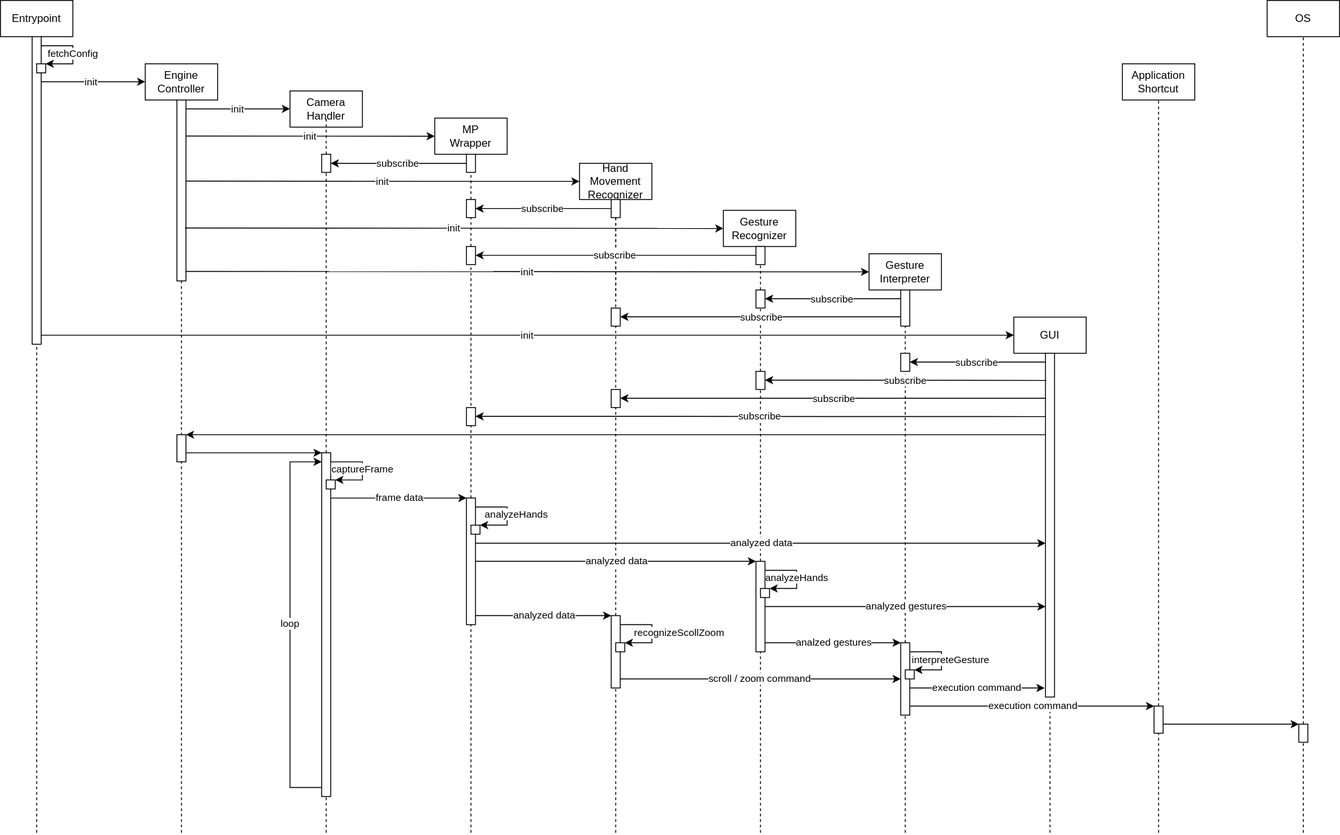
Above: docs/SequenceDiagram.svg in Zetsuboushii/gesture_glide (draw.io), before the change. Source tidied: cells renumbered, new cells last; positions are measured from the earlier drawing's top-left corner, leaving out a move shared by most shapes.
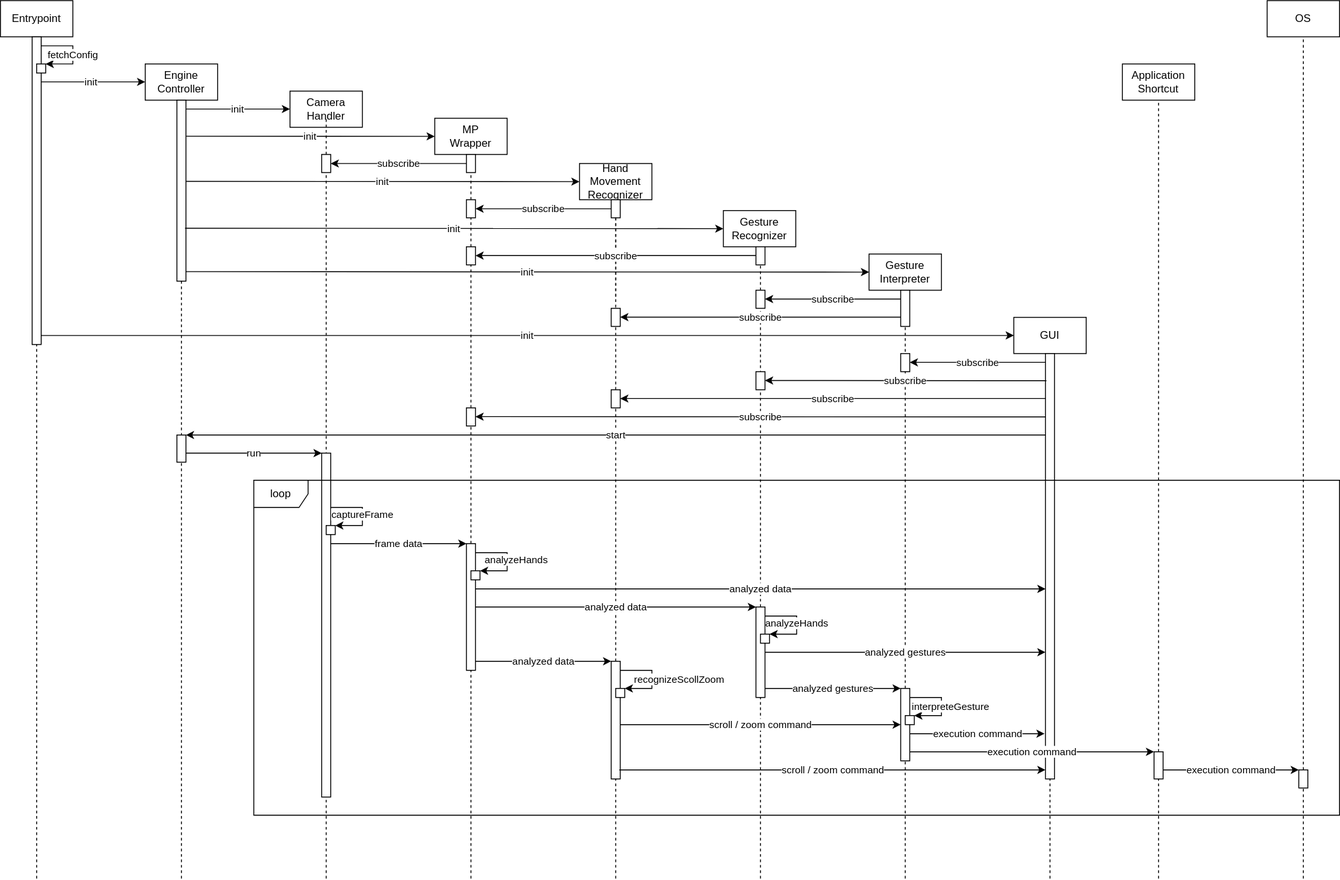
The same file after the commit.

The edit, as a diff of the source:
```diff
@@ -50,7 +50,7 @@
     </mxCell>
     <mxCell id="15" style="endArrow=none;dashed=1;html=1;rounded=0;" parent="1" edge="1" target="16">
       <mxGeometry relative="1" as="geometry">
-        <mxPoint x="40" y="920" as="sourcePoint" />
+        <mxPoint x="40" y="970" as="sourcePoint" />
       </mxGeometry>
     </mxCell>
     <mxCell id="16" style="html=1;points=[[0,0,0,0,5],[0,1,0,0,-5],[1,0,0,0,5],[1,1,0,0,-5]];perimeter=orthogonalPerimeter;outlineConnect=0;targetShapes=umlLifeline;portConstraint=eastwest;newEdgeStyle={&quot;curved&quot;:0,&quot;rounded&quot;:0};" parent="1" vertex="1">
@@ -136,7 +136,7 @@
     </mxCell>
     <mxCell id="35" style="endArrow=none;dashed=1;html=1;rounded=0;entryX=0.5;entryY=1;entryDx=0;entryDy=0;" parent="1" edge="1">
       <mxGeometry relative="1" as="geometry">
-        <mxPoint x="360" y="920" as="sourcePoint" />
+        <mxPoint x="360" y="970" as="sourcePoint" />
         <mxPoint x="360" y="190" as="targetPoint" />
       </mxGeometry>
     </mxCell>
@@ -198,13 +198,13 @@
         <mxPoint x="45" y="370" as="sourcePoint" />
       </mxGeometry>
     </mxCell>
-    <mxCell id="51" style="endArrow=none;dashed=1;html=1;rounded=0;entryX=0.5;entryY=1;entryDx=0;entryDy=0;" parent="1" edge="1" target="52">
+    <mxCell id="51" style="endArrow=none;dashed=1;html=1;rounded=0;" parent="1" edge="1" target="52">
       <mxGeometry relative="1" as="geometry">
-        <mxPoint x="1160" y="920" as="sourcePoint" />
+        <mxPoint x="1160" y="970" as="sourcePoint" />
       </mxGeometry>
     </mxCell>
     <mxCell id="52" style="html=1;points=[[0,0,0,0,5],[0,1,0,0,-5],[1,0,0,0,5],[1,1,0,0,-5]];perimeter=orthogonalPerimeter;outlineConnect=0;targetShapes=umlLifeline;portConstraint=eastwest;newEdgeStyle={&quot;curved&quot;:0,&quot;rounded&quot;:0};" parent="1" vertex="1">
-      <mxGeometry x="1155" y="390" width="10" height="380" as="geometry" />
+      <mxGeometry x="1155" y="390" width="10" height="470" as="geometry" />
     </mxCell>
     <mxCell id="53" style="html=1;perimeter=orthogonalPerimeter;targetShapes=umlLifeline;newEdgeStyle={&quot;curved&quot;:0,&quot;rounded&quot;:0};" parent="1" vertex="1">
       <mxGeometry x="995" y="390" width="10" height="20" as="geometry" />
@@ -241,7 +241,7 @@
         <mxPoint x="525" y="459.7" as="targetPoint" />
       </mxGeometry>
     </mxCell>
-    <mxCell id="61" style="endArrow=classic;html=1;rounded=0;" parent="1" edge="1" target="62">
+    <mxCell id="61" value="start" style="endArrow=classic;html=1;rounded=0;" parent="1" edge="1" target="62">
       <mxGeometry relative="1" as="geometry">
         <mxPoint x="1155" y="480" as="sourcePoint" />
       </mxGeometry>
@@ -252,26 +252,26 @@
     <mxCell id="63" style="html=1;perimeter=orthogonalPerimeter;targetShapes=umlLifeline;newEdgeStyle={&quot;curved&quot;:0,&quot;rounded&quot;:0};" parent="1" vertex="1">
       <mxGeometry x="355" y="500" width="10" height="380" as="geometry" />
     </mxCell>
-    <mxCell id="64" style="endArrow=classic;html=1;rounded=0;" parent="1" edge="1" source="62">
+    <mxCell id="64" value="run" style="endArrow=classic;html=1;rounded=0;" parent="1" edge="1" source="62">
       <mxGeometry relative="1" as="geometry">
         <mxPoint x="355" y="500" as="targetPoint" />
       </mxGeometry>
     </mxCell>
     <mxCell id="65" style="html=1;points=[[0,0,0,0,5],[0,1,0,0,-5],[1,0,0,0,5],[1,1,0,0,-5]];perimeter=orthogonalPerimeter;outlineConnect=0;targetShapes=umlLifeline;portConstraint=eastwest;newEdgeStyle={&quot;curved&quot;:0,&quot;rounded&quot;:0};" parent="1" vertex="1">
-      <mxGeometry x="360" y="530" width="10" height="10" as="geometry" />
+      <mxGeometry x="360" y="580" width="10" height="10" as="geometry" />
     </mxCell>
     <mxCell id="66" value="captureFrame" style="endArrow=classic;html=1;rounded=0;" parent="1" edge="1" target="65">
       <mxGeometry relative="1" as="geometry">
-        <mxPoint x="365" y="510" as="sourcePoint" />
+        <mxPoint x="365" y="560" as="sourcePoint" />
         <Array as="points">
-          <mxPoint x="400" y="510" />
-          <mxPoint x="400" y="530" />
+          <mxPoint x="400" y="560" />
+          <mxPoint x="400" y="580" />
         </Array>
       </mxGeometry>
     </mxCell>
     <mxCell id="67" value="frame data" style="endArrow=classic;html=1;rounded=0;" parent="1" edge="1" target="70">
       <mxGeometry relative="1" as="geometry">
-        <mxPoint x="365" y="550" as="sourcePoint" />
+        <mxPoint x="365" y="600" as="sourcePoint" />
       </mxGeometry>
     </mxCell>
     <mxCell id="68" style="endArrow=none;dashed=1;html=1;rounded=0;exitX=0.5;exitY=0.999;exitDx=0;exitDy=0;exitPerimeter=0;" parent="1" edge="1" source="19" target="62">
@@ -279,123 +279,124 @@
     </mxCell>
     <mxCell id="69" style="endArrow=none;dashed=1;html=1;rounded=0;entryX=0.5;entryY=1;entryDx=0;entryDy=0;" parent="1" edge="1" target="70">
       <mxGeometry relative="1" as="geometry">
-        <mxPoint x="520" y="920" as="sourcePoint" />
+        <mxPoint x="520" y="970" as="sourcePoint" />
       </mxGeometry>
     </mxCell>
     <mxCell id="70" style="html=1;points=[[0,0,0,0,5],[0,1,0,0,-5],[1,0,0,0,5],[1,1,0,0,-5]];perimeter=orthogonalPerimeter;outlineConnect=0;targetShapes=umlLifeline;portConstraint=eastwest;newEdgeStyle={&quot;curved&quot;:0,&quot;rounded&quot;:0};" parent="1" vertex="1">
-      <mxGeometry x="515" y="550" width="10" height="140" as="geometry" />
+      <mxGeometry x="515" y="600" width="10" height="140" as="geometry" />
     </mxCell>
     <mxCell id="71" value="analyzeHands" style="endArrow=classic;html=1;rounded=0;" parent="1" edge="1" target="72">
       <mxGeometry x="0.01" y="10" relative="1" as="geometry">
-        <mxPoint x="525" y="560" as="sourcePoint" />
+        <mxPoint x="525" y="610" as="sourcePoint" />
         <Array as="points">
-          <mxPoint x="560" y="560" />
-          <mxPoint x="560" y="580" />
+          <mxPoint x="560" y="610" />
+          <mxPoint x="560" y="630" />
         </Array>
       </mxGeometry>
     </mxCell>
     <mxCell id="72" style="html=1;points=[[0,0,0,0,5],[0,1,0,0,-5],[1,0,0,0,5],[1,1,0,0,-5]];perimeter=orthogonalPerimeter;outlineConnect=0;targetShapes=umlLifeline;portConstraint=eastwest;newEdgeStyle={&quot;curved&quot;:0,&quot;rounded&quot;:0};" parent="1" vertex="1">
-      <mxGeometry x="520" y="580" width="10" height="10" as="geometry" />
+      <mxGeometry x="520" y="630" width="10" height="10" as="geometry" />
     </mxCell>
     <mxCell id="73" value="analyzed data" style="endArrow=classic;html=1;rounded=0;exitX=0.996;exitY=0.185;exitDx=0;exitDy=0;exitPerimeter=0;" parent="1" edge="1">
       <mxGeometry relative="1" as="geometry">
-        <mxPoint x="525" y="600" as="sourcePoint" />
-        <mxPoint x="1155" y="600" as="targetPoint" />
+        <mxPoint x="525" y="650" as="sourcePoint" />
+        <mxPoint x="1155" y="650" as="targetPoint" />
       </mxGeometry>
     </mxCell>
     <mxCell id="74" style="endArrow=none;dashed=1;html=1;rounded=0;entryX=0.5;entryY=1;entryDx=0;entryDy=0;" parent="1" edge="1" target="75">
       <mxGeometry relative="1" as="geometry">
-        <mxPoint x="840" y="920" as="sourcePoint" />
+        <mxPoint x="840" y="970" as="sourcePoint" />
       </mxGeometry>
     </mxCell>
     <mxCell id="75" style="html=1;points=[[0,0,0,0,5],[0,1,0,0,-5],[1,0,0,0,5],[1,1,0,0,-5]];perimeter=orthogonalPerimeter;outlineConnect=0;targetShapes=umlLifeline;portConstraint=eastwest;newEdgeStyle={&quot;curved&quot;:0,&quot;rounded&quot;:0};" parent="1" vertex="1">
-      <mxGeometry x="835" y="620" width="10" height="100" as="geometry" />
+      <mxGeometry x="835" y="670" width="10" height="100" as="geometry" />
     </mxCell>
     <mxCell id="76" value="analyzed data" style="endArrow=classic;html=1;rounded=0;" parent="1" edge="1" source="70" target="75">
       <mxGeometry relative="1" as="geometry" />
     </mxCell>
     <mxCell id="77" value="analyzeHands" style="endArrow=classic;html=1;rounded=0;" parent="1" edge="1" target="78">
       <mxGeometry relative="1" as="geometry">
-        <mxPoint x="845" y="630" as="sourcePoint" />
+        <mxPoint x="845" y="680" as="sourcePoint" />
         <Array as="points">
-          <mxPoint x="880" y="630" />
-          <mxPoint x="880" y="650" />
+          <mxPoint x="880" y="680" />
+          <mxPoint x="880" y="700" />
         </Array>
       </mxGeometry>
     </mxCell>
     <mxCell id="78" style="html=1;points=[[0,0,0,0,5],[0,1,0,0,-5],[1,0,0,0,5],[1,1,0,0,-5]];perimeter=orthogonalPerimeter;outlineConnect=0;targetShapes=umlLifeline;portConstraint=eastwest;newEdgeStyle={&quot;curved&quot;:0,&quot;rounded&quot;:0};" parent="1" vertex="1">
-      <mxGeometry x="840" y="650" width="10" height="10" as="geometry" />
+      <mxGeometry x="840" y="700" width="10" height="10" as="geometry" />
     </mxCell>
-    <mxCell id="79" value="analyzed gestures" style="endArrow=classic;html=1;rounded=0;" parent="1" edge="1" target="52">
+    <mxCell id="79" value="analyzed gestures" style="endArrow=classic;html=1;rounded=0;" parent="1" edge="1">
       <mxGeometry relative="1" as="geometry">
-        <mxPoint x="845" y="670" as="sourcePoint" />
+        <mxPoint x="845" y="720" as="sourcePoint" />
+        <mxPoint x="1155" y="720" as="targetPoint" />
       </mxGeometry>
     </mxCell>
     <mxCell id="80" style="endArrow=none;dashed=1;html=1;rounded=0;entryX=0.5;entryY=1;entryDx=0;entryDy=0;" parent="1" edge="1" target="81">
       <mxGeometry relative="1" as="geometry">
-        <mxPoint x="680" y="920" as="sourcePoint" />
+        <mxPoint x="680" y="970" as="sourcePoint" />
       </mxGeometry>
     </mxCell>
     <mxCell id="81" style="html=1;points=[[0,0,0,0,5],[0,1,0,0,-5],[1,0,0,0,5],[1,1,0,0,-5]];perimeter=orthogonalPerimeter;outlineConnect=0;targetShapes=umlLifeline;portConstraint=eastwest;newEdgeStyle={&quot;curved&quot;:0,&quot;rounded&quot;:0};" parent="1" vertex="1">
-      <mxGeometry x="675" y="680" width="10" height="80" as="geometry" />
+      <mxGeometry x="675" y="730" width="10" height="130" as="geometry" />
     </mxCell>
     <mxCell id="82" value="analyzed data" style="endArrow=classic;html=1;rounded=0;" parent="1" edge="1" source="70">
       <mxGeometry relative="1" as="geometry">
-        <mxPoint x="675" y="680" as="targetPoint" />
+        <mxPoint x="675" y="730" as="targetPoint" />
       </mxGeometry>
     </mxCell>
     <mxCell id="83" value="recognizeScollZoom" style="endArrow=classic;html=1;rounded=0;" parent="1" edge="1" target="84">
       <mxGeometry x="0.06" y="30" relative="1" as="geometry">
-        <mxPoint x="685" y="690" as="sourcePoint" />
+        <mxPoint x="685" y="740" as="sourcePoint" />
         <Array as="points">
-          <mxPoint x="720" y="690" />
-          <mxPoint x="720" y="710" />
+          <mxPoint x="720" y="740" />
+          <mxPoint x="720" y="760" />
         </Array>
       </mxGeometry>
     </mxCell>
     <mxCell id="84" style="html=1;points=[[0,0,0,0,5],[0,1,0,0,-5],[1,0,0,0,5],[1,1,0,0,-5]];perimeter=orthogonalPerimeter;outlineConnect=0;targetShapes=umlLifeline;portConstraint=eastwest;newEdgeStyle={&quot;curved&quot;:0,&quot;rounded&quot;:0};" parent="1" vertex="1">
-      <mxGeometry x="680" y="710" width="10" height="10" as="geometry" />
+      <mxGeometry x="680" y="760" width="10" height="10" as="geometry" />
     </mxCell>
     <mxCell id="85" value="scroll / zoom command" style="endArrow=classic;html=1;rounded=0;" parent="1" edge="1">
       <mxGeometry relative="1" as="geometry">
-        <mxPoint x="685" y="750" as="sourcePoint" />
-        <mxPoint x="995" y="750" as="targetPoint" />
+        <mxPoint x="685" y="800" as="sourcePoint" />
+        <mxPoint x="995" y="800" as="targetPoint" />
       </mxGeometry>
     </mxCell>
     <mxCell id="86" style="endArrow=none;dashed=1;html=1;rounded=0;entryX=0.5;entryY=1;entryDx=0;entryDy=0;" parent="1" edge="1" target="87">
       <mxGeometry relative="1" as="geometry">
-        <mxPoint x="1000" y="920" as="sourcePoint" />
+        <mxPoint x="1000" y="970" as="sourcePoint" />
       </mxGeometry>
     </mxCell>
     <mxCell id="87" style="html=1;points=[[0,0,0,0,5],[0,1,0,0,-5],[1,0,0,0,5],[1,1,0,0,-5]];perimeter=orthogonalPerimeter;outlineConnect=0;targetShapes=umlLifeline;portConstraint=eastwest;newEdgeStyle={&quot;curved&quot;:0,&quot;rounded&quot;:0};" parent="1" vertex="1">
-      <mxGeometry x="995" y="710" width="10" height="80" as="geometry" />
+      <mxGeometry x="995" y="760" width="10" height="80" as="geometry" />
     </mxCell>
-    <mxCell id="88" value="analzed gestures" style="endArrow=classic;html=1;rounded=0;" parent="1" edge="1">
+    <mxCell id="88" value="analyzed gestures" style="endArrow=classic;html=1;rounded=0;" parent="1" edge="1">
       <mxGeometry relative="1" as="geometry">
-        <mxPoint x="845" y="710" as="sourcePoint" />
-        <mxPoint x="995" y="710" as="targetPoint" />
+        <mxPoint x="845" y="760" as="sourcePoint" />
+        <mxPoint x="995" y="760" as="targetPoint" />
       </mxGeometry>
     </mxCell>
     <mxCell id="89" value="interpreteGesture" style="endArrow=classic;html=1;rounded=0;" parent="1" edge="1" target="90">
       <mxGeometry x="0.06" y="10" relative="1" as="geometry">
-        <mxPoint x="1005" y="720" as="sourcePoint" />
+        <mxPoint x="1005" y="770" as="sourcePoint" />
         <Array as="points">
-          <mxPoint x="1040" y="720" />
-          <mxPoint x="1040" y="740" />
+          <mxPoint x="1040" y="770" />
+          <mxPoint x="1040" y="790" />
         </Array>
       </mxGeometry>
     </mxCell>
     <mxCell id="90" style="html=1;points=[[0,0,0,0,5],[0,1,0,0,-5],[1,0,0,0,5],[1,1,0,0,-5]];perimeter=orthogonalPerimeter;outlineConnect=0;targetShapes=umlLifeline;portConstraint=eastwest;newEdgeStyle={&quot;curved&quot;:0,&quot;rounded&quot;:0};" parent="1" vertex="1">
-      <mxGeometry x="1000" y="740" width="10" height="10" as="geometry" />
+      <mxGeometry x="1000" y="790" width="10" height="10" as="geometry" />
     </mxCell>
     <mxCell id="91" value="execution command" style="endArrow=classic;html=1;rounded=0;" parent="1" edge="1" source="87">
       <mxGeometry relative="1" as="geometry">
-        <mxPoint x="1154" y="760" as="targetPoint" />
+        <mxPoint x="1154" y="810" as="targetPoint" />
       </mxGeometry>
     </mxCell>
     <mxCell id="92" value="execution command" style="endArrow=classic;html=1;rounded=0;" parent="1" edge="1" target="95">
       <mxGeometry relative="1" as="geometry">
-        <mxPoint x="1005" y="780" as="sourcePoint" />
+        <mxPoint x="1005" y="830" as="sourcePoint" />
       </mxGeometry>
     </mxCell>
     <mxCell id="93" value="&lt;div&gt;Application&lt;/div&gt;&lt;div&gt;Shortcut&lt;br&gt;&lt;/div&gt;" style="html=1;whiteSpace=wrap;" parent="1" vertex="1">
@@ -405,15 +406,15 @@
       <mxGeometry x="1400" width="80" height="40" as="geometry" />
     </mxCell>
     <mxCell id="95" style="html=1;points=[[0,0,0,0,5],[0,1,0,0,-5],[1,0,0,0,5],[1,1,0,0,-5]];perimeter=orthogonalPerimeter;outlineConnect=0;targetShapes=umlLifeline;portConstraint=eastwest;newEdgeStyle={&quot;curved&quot;:0,&quot;rounded&quot;:0};" parent="1" vertex="1">
-      <mxGeometry x="1275" y="780" width="10" height="30" as="geometry" />
+      <mxGeometry x="1275" y="830" width="10" height="30" as="geometry" />
     </mxCell>
-    <mxCell id="96" style="endArrow=classic;html=1;rounded=0;" parent="1" edge="1" target="97">
+    <mxCell id="96" value="execution command" style="endArrow=classic;html=1;rounded=0;" parent="1" edge="1" target="97">
       <mxGeometry relative="1" as="geometry">
-        <mxPoint x="1285" y="800" as="sourcePoint" />
+        <mxPoint x="1285" y="850" as="sourcePoint" />
       </mxGeometry>
     </mxCell>
     <mxCell id="97" style="html=1;points=[[0,0,0,0,5],[0,1,0,0,-5],[1,0,0,0,5],[1,1,0,0,-5]];perimeter=orthogonalPerimeter;outlineConnect=0;targetShapes=umlLifeline;portConstraint=eastwest;newEdgeStyle={&quot;curved&quot;:0,&quot;rounded&quot;:0};" parent="1" vertex="1">
-      <mxGeometry x="1435" y="800" width="10" height="20" as="geometry" />
+      <mxGeometry x="1435" y="850" width="10" height="20" as="geometry" />
     </mxCell>
     <mxCell id="98" style="endArrow=none;dashed=1;html=1;rounded=0;entryX=0.5;entryY=1;entryDx=0;entryDy=0;" parent="1" edge="1" source="95" target="93">
       <mxGeometry relative="1" as="geometry" />
@@ -423,29 +424,27 @@
     </mxCell>
     <mxCell id="100" style="endArrow=none;dashed=1;html=1;rounded=0;" parent="1" edge="1">
       <mxGeometry relative="1" as="geometry">
-        <mxPoint x="1440" y="920" as="sourcePoint" />
-        <mxPoint x="1440" y="820" as="targetPoint" />
+        <mxPoint x="1440" y="970" as="sourcePoint" />
+        <mxPoint x="1440" y="870" as="targetPoint" />
       </mxGeometry>
     </mxCell>
     <mxCell id="101" style="endArrow=none;dashed=1;html=1;rounded=0;" parent="1" edge="1" target="95">
       <mxGeometry relative="1" as="geometry">
-        <mxPoint x="1280" y="920" as="sourcePoint" />
+        <mxPoint x="1280" y="970" as="sourcePoint" />
       </mxGeometry>
     </mxCell>
     <mxCell id="102" style="endArrow=none;dashed=1;html=1;rounded=0;" parent="1" edge="1" target="62">
       <mxGeometry relative="1" as="geometry">
-        <mxPoint x="200" y="920" as="sourcePoint" />
+        <mxPoint x="200" y="970" as="sourcePoint" />
       </mxGeometry>
     </mxCell>
-    <mxCell id="103" value="loop" style="endArrow=classic;html=1;rounded=0;" parent="1" edge="1">
-      <mxGeometry relative="1" as="geometry">
-        <mxPoint x="355" y="870" as="sourcePoint" />
-        <mxPoint x="355" y="510" as="targetPoint" />
-        <Array as="points">
-          <mxPoint x="320" y="870" />
-          <mxPoint x="320" y="510" />
-        </Array>
-      </mxGeometry>
+    <mxCell id="103" value="loop" style="shape=umlFrame;whiteSpace=wrap;html=1;" parent="1" vertex="1">
+      <mxGeometry x="280" y="530" width="1200" height="370" as="geometry" />
     </mxCell>
+    <mxCell id="104" value="scroll / zoom command" style="endArrow=classic;html=1;rounded=0;" parent="1" edge="1" target="52">
+      <mxGeometry relative="1" as="geometry">
+        <mxPoint x="684" y="850" as="sourcePoint" />
+      </mxGeometry>
+    </mxCell>
   </root>
 </mxGraphModel>
```
